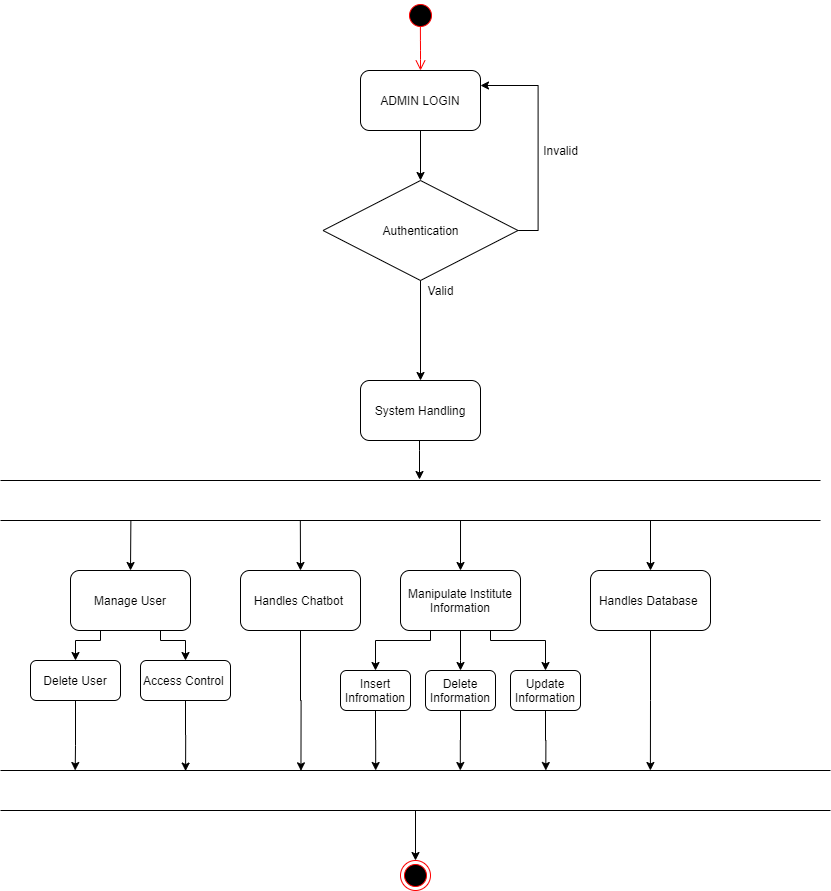
Earlier version of the draw.io export Material/activity_diagram-Page-1.png (BrijeshJagad/Final-Project). Source tidied: cells renumbered, new cells last; positions are measured from the earlier drawing's top-left corner, leaving out a move shared by most shapes. Its diagram source:
```xml
<mxGraphModel>
  <root>
    <mxCell id="0" />
    <mxCell id="1" parent="0" />
    <mxCell id="2" style="ellipse;html=1;shape=startState;fillColor=#000000;strokeColor=#ff0000;" parent="1" vertex="1">
      <mxGeometry x="405" width="30" height="30" as="geometry" />
    </mxCell>
    <mxCell id="3" style="edgeStyle=orthogonalEdgeStyle;html=1;verticalAlign=bottom;endArrow=open;endSize=8;strokeColor=#ff0000;exitX=0.496;exitY=0.872;exitDx=0;exitDy=0;exitPerimeter=0;entryX=0.5;entryY=0;entryDx=0;entryDy=0;" parent="1" edge="1" source="2" target="6">
      <mxGeometry relative="1" as="geometry" />
    </mxCell>
    <mxCell id="4" style="ellipse;html=1;shape=endState;fillColor=#000000;strokeColor=#ff0000;" parent="1" vertex="1">
      <mxGeometry x="400" y="860" width="30" height="30" as="geometry" />
    </mxCell>
    <mxCell id="5" style="edgeStyle=orthogonalEdgeStyle;rounded=0;jettySize=auto;html=1;entryX=0.5;entryY=0;entryDx=0;entryDy=0;" parent="1" edge="1" source="6" target="8">
      <mxGeometry relative="1" as="geometry" />
    </mxCell>
    <mxCell id="6" value="ADMIN LOGIN" style="rounded=1;whiteSpace=wrap;html=1;" parent="1" vertex="1">
      <mxGeometry x="360" y="70" width="120" height="60" as="geometry" />
    </mxCell>
    <mxCell id="7" style="edgeStyle=orthogonalEdgeStyle;rounded=0;jettySize=auto;html=1;entryX=1;entryY=0.25;entryDx=0;entryDy=0;exitX=1;exitY=0.5;exitDx=0;exitDy=0;" parent="1" edge="1" source="8" target="6">
      <mxGeometry relative="1" as="geometry" />
    </mxCell>
    <mxCell id="8" value="Authentication" style="rhombus;whiteSpace=wrap;html=1;" parent="1" vertex="1">
      <mxGeometry x="322.5" y="180" width="195" height="100" as="geometry" />
    </mxCell>
    <mxCell id="9" value="Invalid" style="text;html=1;align=center;verticalAlign=middle;" parent="1" vertex="1">
      <mxGeometry x="535" y="140" width="50" height="20" as="geometry" />
    </mxCell>
    <mxCell id="10" style="endArrow=classic;html=1;exitX=0.5;exitY=1;exitDx=0;exitDy=0;" parent="1" edge="1" source="8">
      <mxGeometry relative="1" as="geometry">
        <mxPoint x="420" y="380" as="targetPoint" />
      </mxGeometry>
    </mxCell>
    <mxCell id="11" style="edgeStyle=orthogonalEdgeStyle;rounded=0;jettySize=auto;html=1;exitX=0.75;exitY=1;exitDx=0;exitDy=0;entryX=0.5;entryY=0;entryDx=0;entryDy=0;" parent="1" edge="1" source="13" target="35">
      <mxGeometry relative="1" as="geometry">
        <Array as="points">
          <mxPoint x="160" y="640" />
          <mxPoint x="185" y="640" />
        </Array>
      </mxGeometry>
    </mxCell>
    <mxCell id="12" style="edgeStyle=orthogonalEdgeStyle;rounded=0;jettySize=auto;html=1;entryX=0.5;entryY=0;entryDx=0;entryDy=0;exitX=0.25;exitY=1;exitDx=0;exitDy=0;" parent="1" edge="1" source="13" target="33">
      <mxGeometry relative="1" as="geometry">
        <Array as="points">
          <mxPoint x="100" y="640" />
          <mxPoint x="75" y="640" />
        </Array>
      </mxGeometry>
    </mxCell>
    <mxCell id="13" value="Manage User" style="rounded=1;whiteSpace=wrap;html=1;" parent="1" vertex="1">
      <mxGeometry x="70" y="570" width="120" height="60" as="geometry" />
    </mxCell>
    <mxCell id="14" style="edgeStyle=orthogonalEdgeStyle;rounded=0;jettySize=auto;html=1;entryX=0.362;entryY=0.008;entryDx=0;entryDy=0;entryPerimeter=0;" parent="1" edge="1" source="15" target="39">
      <mxGeometry relative="1" as="geometry" />
    </mxCell>
    <mxCell id="15" value="Handles Chatbot&amp;nbsp;" style="rounded=1;whiteSpace=wrap;html=1;" parent="1" vertex="1">
      <mxGeometry x="240" y="570" width="120" height="60" as="geometry" />
    </mxCell>
    <mxCell id="16" style="edgeStyle=orthogonalEdgeStyle;rounded=0;jettySize=auto;html=1;entryX=0.5;entryY=0;entryDx=0;entryDy=0;exitX=0.25;exitY=1;exitDx=0;exitDy=0;" parent="1" edge="1" source="19" target="30">
      <mxGeometry relative="1" as="geometry">
        <Array as="points">
          <mxPoint x="430" y="640" />
          <mxPoint x="375" y="640" />
        </Array>
      </mxGeometry>
    </mxCell>
    <mxCell id="17" style="edgeStyle=orthogonalEdgeStyle;rounded=0;jettySize=auto;html=1;" parent="1" edge="1" source="19" target="31">
      <mxGeometry relative="1" as="geometry">
        <Array as="points">
          <mxPoint x="460" y="660" />
          <mxPoint x="460" y="660" />
        </Array>
      </mxGeometry>
    </mxCell>
    <mxCell id="18" style="edgeStyle=orthogonalEdgeStyle;rounded=0;jettySize=auto;html=1;entryX=0.5;entryY=0;entryDx=0;entryDy=0;exitX=0.75;exitY=1;exitDx=0;exitDy=0;" parent="1" edge="1" source="19" target="32">
      <mxGeometry relative="1" as="geometry">
        <Array as="points">
          <mxPoint x="490" y="640" />
          <mxPoint x="545" y="640" />
        </Array>
      </mxGeometry>
    </mxCell>
    <mxCell id="19" value="Manipulate Institute Information" style="rounded=1;whiteSpace=wrap;html=1;" parent="1" vertex="1">
      <mxGeometry x="400" y="570" width="120" height="60" as="geometry" />
    </mxCell>
    <mxCell id="20" style="edgeStyle=orthogonalEdgeStyle;rounded=0;jettySize=auto;html=1;" parent="1" edge="1" source="21">
      <mxGeometry relative="1" as="geometry">
        <mxPoint x="419" y="479" as="targetPoint" />
        <Array as="points">
          <mxPoint x="419" y="450" />
          <mxPoint x="419" y="450" />
        </Array>
      </mxGeometry>
    </mxCell>
    <mxCell id="21" value="System Handling" style="rounded=1;whiteSpace=wrap;html=1;" parent="1" vertex="1">
      <mxGeometry x="360" y="380" width="120" height="60" as="geometry" />
    </mxCell>
    <mxCell id="22" value="Valid" style="text;html=1;align=center;verticalAlign=middle;" parent="1" vertex="1">
      <mxGeometry x="420" y="280" width="40" height="20" as="geometry" />
    </mxCell>
    <mxCell id="23" style="shape=partialRectangle;whiteSpace=wrap;html=1;left=0;right=0;fillColor=none;" parent="1" vertex="1">
      <mxGeometry y="480" width="820" height="40" as="geometry" />
    </mxCell>
    <mxCell id="24" style="edgeStyle=orthogonalEdgeStyle;rounded=0;jettySize=auto;html=1;entryX=0.783;entryY=0;entryDx=0;entryDy=0;entryPerimeter=0;exitX=0.5;exitY=1;exitDx=0;exitDy=0;" parent="1" edge="1" source="25" target="39">
      <mxGeometry relative="1" as="geometry" />
    </mxCell>
    <mxCell id="25" value="Handles Database&amp;nbsp;" style="rounded=1;whiteSpace=wrap;html=1;" parent="1" vertex="1">
      <mxGeometry x="590" y="570" width="120" height="60" as="geometry" />
    </mxCell>
    <mxCell id="26" style="endArrow=classic;html=1;exitX=0.159;exitY=0.993;exitDx=0;exitDy=0;exitPerimeter=0;entryX=0.5;entryY=0;entryDx=0;entryDy=0;" parent="1" edge="1" source="23" target="13">
      <mxGeometry relative="1" as="geometry" />
    </mxCell>
    <mxCell id="27" style="endArrow=classic;html=1;exitX=0.079;exitY=1.033;exitDx=0;exitDy=0;exitPerimeter=0;entryX=0.5;entryY=0;entryDx=0;entryDy=0;" parent="1" edge="1" target="15">
      <mxGeometry relative="1" as="geometry">
        <mxPoint x="299.8" y="520" as="sourcePoint" />
      </mxGeometry>
    </mxCell>
    <mxCell id="28" style="endArrow=classic;html=1;exitX=0.561;exitY=1.004;exitDx=0;exitDy=0;exitPerimeter=0;" parent="1" edge="1" source="23">
      <mxGeometry relative="1" as="geometry">
        <mxPoint x="460" y="570" as="targetPoint" />
      </mxGeometry>
    </mxCell>
    <mxCell id="29" style="endArrow=classic;html=1;entryX=0.5;entryY=0;entryDx=0;entryDy=0;" parent="1" edge="1" target="25">
      <mxGeometry relative="1" as="geometry">
        <mxPoint x="650" y="520" as="sourcePoint" />
      </mxGeometry>
    </mxCell>
    <mxCell id="30" value="Insert&lt;br&gt;Infromation" style="rounded=1;whiteSpace=wrap;html=1;" parent="1" vertex="1">
      <mxGeometry x="340" y="670" width="70" height="40" as="geometry" />
    </mxCell>
    <mxCell id="31" value="Delete Information" style="rounded=1;whiteSpace=wrap;html=1;" parent="1" vertex="1">
      <mxGeometry x="425" y="670" width="70" height="40" as="geometry" />
    </mxCell>
    <mxCell id="32" value="Update Information" style="rounded=1;whiteSpace=wrap;html=1;" parent="1" vertex="1">
      <mxGeometry x="510" y="670" width="70" height="40" as="geometry" />
    </mxCell>
    <mxCell id="33" value="Delete User" style="rounded=1;whiteSpace=wrap;html=1;" parent="1" vertex="1">
      <mxGeometry x="30" y="660" width="90" height="40" as="geometry" />
    </mxCell>
    <mxCell id="34" style="edgeStyle=orthogonalEdgeStyle;rounded=0;jettySize=auto;html=1;exitX=0.5;exitY=1;exitDx=0;exitDy=0;entryX=0.223;entryY=0.015;entryDx=0;entryDy=0;entryPerimeter=0;" parent="1" edge="1" source="35" target="39">
      <mxGeometry relative="1" as="geometry" />
    </mxCell>
    <mxCell id="35" value="Access Control&amp;nbsp;" style="rounded=1;whiteSpace=wrap;html=1;" parent="1" vertex="1">
      <mxGeometry x="140" y="660" width="90" height="40" as="geometry" />
    </mxCell>
    <mxCell id="36" style="edgeStyle=orthogonalEdgeStyle;rounded=0;jettySize=auto;html=1;exitX=0.5;exitY=1;exitDx=0;exitDy=0;entryX=0.452;entryY=0;entryDx=0;entryDy=0;entryPerimeter=0;" parent="1" edge="1" source="30" target="39">
      <mxGeometry relative="1" as="geometry" />
    </mxCell>
    <mxCell id="37" style="edgeStyle=orthogonalEdgeStyle;rounded=0;jettySize=auto;html=1;exitX=0.5;exitY=1;exitDx=0;exitDy=0;entryX=0.554;entryY=0;entryDx=0;entryDy=0;entryPerimeter=0;" parent="1" edge="1" source="31" target="39">
      <mxGeometry relative="1" as="geometry" />
    </mxCell>
    <mxCell id="38" style="edgeStyle=orthogonalEdgeStyle;rounded=0;jettySize=auto;html=1;entryX=0.5;entryY=0;entryDx=0;entryDy=0;" parent="1" edge="1" source="39" target="4">
      <mxGeometry relative="1" as="geometry" />
    </mxCell>
    <mxCell id="39" style="shape=partialRectangle;whiteSpace=wrap;html=1;left=0;right=0;fillColor=none;" parent="1" vertex="1">
      <mxGeometry y="770" width="830" height="40" as="geometry" />
    </mxCell>
    <mxCell id="40" style="edgeStyle=orthogonalEdgeStyle;rounded=0;jettySize=auto;html=1;exitX=0.5;exitY=1;exitDx=0;exitDy=0;entryX=0.09;entryY=0;entryDx=0;entryDy=0;entryPerimeter=0;" parent="1" edge="1" source="33" target="39">
      <mxGeometry relative="1" as="geometry">
        <Array as="points">
          <mxPoint x="75" y="745" />
          <mxPoint x="75" y="745" />
        </Array>
      </mxGeometry>
    </mxCell>
    <mxCell id="41" style="edgeStyle=orthogonalEdgeStyle;rounded=0;jettySize=auto;html=1;exitX=0.5;exitY=1;exitDx=0;exitDy=0;entryX=0.657;entryY=0;entryDx=0;entryDy=0;entryPerimeter=0;" parent="1" edge="1" source="32" target="39">
      <mxGeometry relative="1" as="geometry" />
    </mxCell>
  </root>
</mxGraphModel>
```
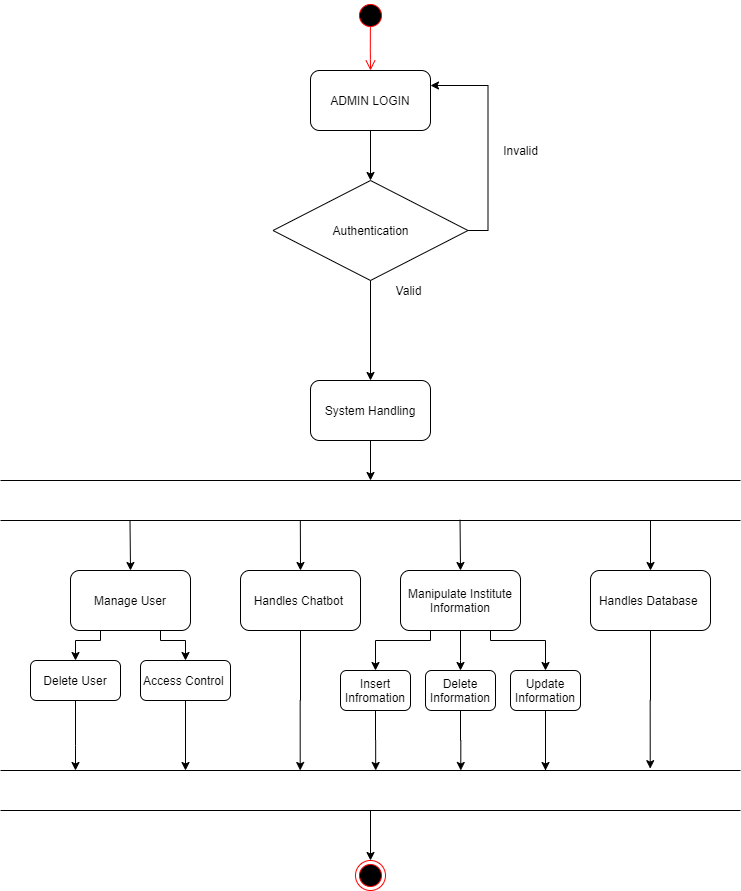
Later version of the same file.

The edit, as a diff of the source:
```diff
@@ -3,33 +3,31 @@
     <mxCell id="0" />
     <mxCell id="1" parent="0" />
     <mxCell id="2" style="ellipse;html=1;shape=startState;fillColor=#000000;strokeColor=#ff0000;" parent="1" vertex="1">
-      <mxGeometry x="405" width="30" height="30" as="geometry" />
+      <mxGeometry x="355" width="30" height="30" as="geometry" />
     </mxCell>
     <mxCell id="3" style="edgeStyle=orthogonalEdgeStyle;html=1;verticalAlign=bottom;endArrow=open;endSize=8;strokeColor=#ff0000;exitX=0.496;exitY=0.872;exitDx=0;exitDy=0;exitPerimeter=0;entryX=0.5;entryY=0;entryDx=0;entryDy=0;" parent="1" edge="1" source="2" target="6">
       <mxGeometry relative="1" as="geometry" />
     </mxCell>
     <mxCell id="4" style="ellipse;html=1;shape=endState;fillColor=#000000;strokeColor=#ff0000;" parent="1" vertex="1">
-      <mxGeometry x="400" y="860" width="30" height="30" as="geometry" />
+      <mxGeometry x="355" y="860" width="30" height="30" as="geometry" />
     </mxCell>
     <mxCell id="5" style="edgeStyle=orthogonalEdgeStyle;rounded=0;jettySize=auto;html=1;entryX=0.5;entryY=0;entryDx=0;entryDy=0;" parent="1" edge="1" source="6" target="8">
       <mxGeometry relative="1" as="geometry" />
     </mxCell>
     <mxCell id="6" value="ADMIN LOGIN" style="rounded=1;whiteSpace=wrap;html=1;" parent="1" vertex="1">
-      <mxGeometry x="360" y="70" width="120" height="60" as="geometry" />
+      <mxGeometry x="310" y="70" width="120" height="60" as="geometry" />
     </mxCell>
     <mxCell id="7" style="edgeStyle=orthogonalEdgeStyle;rounded=0;jettySize=auto;html=1;entryX=1;entryY=0.25;entryDx=0;entryDy=0;exitX=1;exitY=0.5;exitDx=0;exitDy=0;" parent="1" edge="1" source="8" target="6">
       <mxGeometry relative="1" as="geometry" />
     </mxCell>
     <mxCell id="8" value="Authentication" style="rhombus;whiteSpace=wrap;html=1;" parent="1" vertex="1">
-      <mxGeometry x="322.5" y="180" width="195" height="100" as="geometry" />
+      <mxGeometry x="272.5" y="180" width="195" height="100" as="geometry" />
     </mxCell>
     <mxCell id="9" value="Invalid" style="text;html=1;align=center;verticalAlign=middle;" parent="1" vertex="1">
-      <mxGeometry x="535" y="140" width="50" height="20" as="geometry" />
+      <mxGeometry x="495" y="140" width="50" height="20" as="geometry" />
     </mxCell>
-    <mxCell id="10" style="endArrow=classic;html=1;exitX=0.5;exitY=1;exitDx=0;exitDy=0;" parent="1" edge="1" source="8">
-      <mxGeometry relative="1" as="geometry">
-        <mxPoint x="420" y="380" as="targetPoint" />
-      </mxGeometry>
+    <mxCell id="10" style="endArrow=classic;html=1;exitX=0.5;exitY=1;exitDx=0;exitDy=0;entryX=0.5;entryY=0;entryDx=0;entryDy=0;" parent="1" edge="1" source="8" target="21">
+      <mxGeometry relative="1" as="geometry" />
     </mxCell>
     <mxCell id="11" style="edgeStyle=orthogonalEdgeStyle;rounded=0;jettySize=auto;html=1;exitX=0.75;exitY=1;exitDx=0;exitDy=0;entryX=0.5;entryY=0;entryDx=0;entryDy=0;" parent="1" edge="1" source="13" target="35">
       <mxGeometry relative="1" as="geometry">
@@ -50,7 +48,7 @@
     <mxCell id="13" value="Manage User" style="rounded=1;whiteSpace=wrap;html=1;" parent="1" vertex="1">
       <mxGeometry x="70" y="570" width="120" height="60" as="geometry" />
     </mxCell>
-    <mxCell id="14" style="edgeStyle=orthogonalEdgeStyle;rounded=0;jettySize=auto;html=1;entryX=0.362;entryY=0.008;entryDx=0;entryDy=0;entryPerimeter=0;" parent="1" edge="1" source="15" target="39">
+    <mxCell id="14" style="edgeStyle=orthogonalEdgeStyle;rounded=0;jettySize=auto;html=1;entryX=0.405;entryY=0;entryDx=0;entryDy=0;entryPerimeter=0;" parent="1" edge="1" source="15" target="39">
       <mxGeometry relative="1" as="geometry" />
     </mxCell>
     <mxCell id="15" value="Handles Chatbot&amp;nbsp;" style="rounded=1;whiteSpace=wrap;html=1;" parent="1" vertex="1">
@@ -83,31 +81,29 @@
     <mxCell id="19" value="Manipulate Institute Information" style="rounded=1;whiteSpace=wrap;html=1;" parent="1" vertex="1">
       <mxGeometry x="400" y="570" width="120" height="60" as="geometry" />
     </mxCell>
-    <mxCell id="20" style="edgeStyle=orthogonalEdgeStyle;rounded=0;jettySize=auto;html=1;" parent="1" edge="1" source="21">
+    <mxCell id="20" style="edgeStyle=orthogonalEdgeStyle;rounded=0;jettySize=auto;html=1;entryX=0.5;entryY=0;entryDx=0;entryDy=0;exitX=0.5;exitY=1;exitDx=0;exitDy=0;" parent="1" edge="1" source="21" target="23">
       <mxGeometry relative="1" as="geometry">
-        <mxPoint x="419" y="479" as="targetPoint" />
         <Array as="points">
-          <mxPoint x="419" y="450" />
-          <mxPoint x="419" y="450" />
+          <mxPoint x="370" y="440" />
         </Array>
       </mxGeometry>
     </mxCell>
     <mxCell id="21" value="System Handling" style="rounded=1;whiteSpace=wrap;html=1;" parent="1" vertex="1">
-      <mxGeometry x="360" y="380" width="120" height="60" as="geometry" />
+      <mxGeometry x="310" y="380" width="120" height="60" as="geometry" />
     </mxCell>
     <mxCell id="22" value="Valid" style="text;html=1;align=center;verticalAlign=middle;" parent="1" vertex="1">
-      <mxGeometry x="420" y="280" width="40" height="20" as="geometry" />
+      <mxGeometry x="388" y="280" width="40" height="20" as="geometry" />
     </mxCell>
     <mxCell id="23" style="shape=partialRectangle;whiteSpace=wrap;html=1;left=0;right=0;fillColor=none;" parent="1" vertex="1">
-      <mxGeometry y="480" width="820" height="40" as="geometry" />
+      <mxGeometry y="480" width="740" height="40" as="geometry" />
     </mxCell>
-    <mxCell id="24" style="edgeStyle=orthogonalEdgeStyle;rounded=0;jettySize=auto;html=1;entryX=0.783;entryY=0;entryDx=0;entryDy=0;entryPerimeter=0;exitX=0.5;exitY=1;exitDx=0;exitDy=0;" parent="1" edge="1" source="25" target="39">
+    <mxCell id="24" style="edgeStyle=orthogonalEdgeStyle;rounded=0;jettySize=auto;html=1;entryX=0.878;entryY=-0.046;entryDx=0;entryDy=0;entryPerimeter=0;exitX=0.5;exitY=1;exitDx=0;exitDy=0;" parent="1" edge="1" source="25" target="39">
       <mxGeometry relative="1" as="geometry" />
     </mxCell>
     <mxCell id="25" value="Handles Database&amp;nbsp;" style="rounded=1;whiteSpace=wrap;html=1;" parent="1" vertex="1">
       <mxGeometry x="590" y="570" width="120" height="60" as="geometry" />
     </mxCell>
-    <mxCell id="26" style="endArrow=classic;html=1;exitX=0.159;exitY=0.993;exitDx=0;exitDy=0;exitPerimeter=0;entryX=0.5;entryY=0;entryDx=0;entryDy=0;" parent="1" edge="1" source="23" target="13">
+    <mxCell id="26" style="endArrow=classic;html=1;exitX=0.175;exitY=1.009;exitDx=0;exitDy=0;exitPerimeter=0;entryX=0.5;entryY=0;entryDx=0;entryDy=0;" parent="1" edge="1" source="23" target="13">
       <mxGeometry relative="1" as="geometry" />
     </mxCell>
     <mxCell id="27" style="endArrow=classic;html=1;exitX=0.079;exitY=1.033;exitDx=0;exitDy=0;exitPerimeter=0;entryX=0.5;entryY=0;entryDx=0;entryDy=0;" parent="1" edge="1" target="15">
@@ -115,7 +111,7 @@
         <mxPoint x="299.8" y="520" as="sourcePoint" />
       </mxGeometry>
     </mxCell>
-    <mxCell id="28" style="endArrow=classic;html=1;exitX=0.561;exitY=1.004;exitDx=0;exitDy=0;exitPerimeter=0;" parent="1" edge="1" source="23">
+    <mxCell id="28" style="endArrow=classic;html=1;exitX=0.621;exitY=0.983;exitDx=0;exitDy=0;exitPerimeter=0;" parent="1" edge="1" source="23">
       <mxGeometry relative="1" as="geometry">
         <mxPoint x="460" y="570" as="targetPoint" />
       </mxGeometry>
@@ -137,34 +133,40 @@
     <mxCell id="33" value="Delete User" style="rounded=1;whiteSpace=wrap;html=1;" parent="1" vertex="1">
       <mxGeometry x="30" y="660" width="90" height="40" as="geometry" />
     </mxCell>
-    <mxCell id="34" style="edgeStyle=orthogonalEdgeStyle;rounded=0;jettySize=auto;html=1;exitX=0.5;exitY=1;exitDx=0;exitDy=0;entryX=0.223;entryY=0.015;entryDx=0;entryDy=0;entryPerimeter=0;" parent="1" edge="1" source="35" target="39">
+    <mxCell id="34" style="edgeStyle=orthogonalEdgeStyle;rounded=0;jettySize=auto;html=1;exitX=0.5;exitY=1;exitDx=0;exitDy=0;entryX=0.25;entryY=0;entryDx=0;entryDy=0;" parent="1" edge="1" source="35" target="39">
       <mxGeometry relative="1" as="geometry" />
     </mxCell>
     <mxCell id="35" value="Access Control&amp;nbsp;" style="rounded=1;whiteSpace=wrap;html=1;" parent="1" vertex="1">
       <mxGeometry x="140" y="660" width="90" height="40" as="geometry" />
     </mxCell>
-    <mxCell id="36" style="edgeStyle=orthogonalEdgeStyle;rounded=0;jettySize=auto;html=1;exitX=0.5;exitY=1;exitDx=0;exitDy=0;entryX=0.452;entryY=0;entryDx=0;entryDy=0;entryPerimeter=0;" parent="1" edge="1" source="30" target="39">
+    <mxCell id="36" style="edgeStyle=orthogonalEdgeStyle;rounded=0;jettySize=auto;html=1;exitX=0.5;exitY=1;exitDx=0;exitDy=0;entryX=0.507;entryY=0;entryDx=0;entryDy=0;entryPerimeter=0;" parent="1" edge="1" source="30" target="39">
       <mxGeometry relative="1" as="geometry" />
     </mxCell>
-    <mxCell id="37" style="edgeStyle=orthogonalEdgeStyle;rounded=0;jettySize=auto;html=1;exitX=0.5;exitY=1;exitDx=0;exitDy=0;entryX=0.554;entryY=0;entryDx=0;entryDy=0;entryPerimeter=0;" parent="1" edge="1" source="31" target="39">
+    <mxCell id="37" style="edgeStyle=orthogonalEdgeStyle;rounded=0;jettySize=auto;html=1;exitX=0.5;exitY=1;exitDx=0;exitDy=0;entryX=0.622;entryY=0;entryDx=0;entryDy=0;entryPerimeter=0;" parent="1" edge="1" source="31" target="39">
       <mxGeometry relative="1" as="geometry" />
     </mxCell>
     <mxCell id="38" style="edgeStyle=orthogonalEdgeStyle;rounded=0;jettySize=auto;html=1;entryX=0.5;entryY=0;entryDx=0;entryDy=0;" parent="1" edge="1" source="39" target="4">
       <mxGeometry relative="1" as="geometry" />
     </mxCell>
     <mxCell id="39" style="shape=partialRectangle;whiteSpace=wrap;html=1;left=0;right=0;fillColor=none;" parent="1" vertex="1">
-      <mxGeometry y="770" width="830" height="40" as="geometry" />
+      <mxGeometry y="770" width="740" height="40" as="geometry" />
     </mxCell>
-    <mxCell id="40" style="edgeStyle=orthogonalEdgeStyle;rounded=0;jettySize=auto;html=1;exitX=0.5;exitY=1;exitDx=0;exitDy=0;entryX=0.09;entryY=0;entryDx=0;entryDy=0;entryPerimeter=0;" parent="1" edge="1" source="33" target="39">
+    <mxCell id="40" style="edgeStyle=orthogonalEdgeStyle;rounded=0;jettySize=auto;html=1;exitX=0.5;exitY=1;exitDx=0;exitDy=0;" parent="1" edge="1" source="33">
       <mxGeometry relative="1" as="geometry">
+        <mxPoint x="75" y="770" as="targetPoint" />
         <Array as="points">
           <mxPoint x="75" y="745" />
           <mxPoint x="75" y="745" />
         </Array>
       </mxGeometry>
     </mxCell>
-    <mxCell id="41" style="edgeStyle=orthogonalEdgeStyle;rounded=0;jettySize=auto;html=1;exitX=0.5;exitY=1;exitDx=0;exitDy=0;entryX=0.657;entryY=0;entryDx=0;entryDy=0;entryPerimeter=0;" parent="1" edge="1" source="32" target="39">
-      <mxGeometry relative="1" as="geometry" />
+    <mxCell id="41" style="edgeStyle=orthogonalEdgeStyle;rounded=0;jettySize=auto;html=1;exitX=0.5;exitY=1;exitDx=0;exitDy=0;" parent="1" edge="1" source="32">
+      <mxGeometry relative="1" as="geometry">
+        <mxPoint x="545" y="770" as="targetPoint" />
+        <Array as="points">
+          <mxPoint x="545" y="770" />
+        </Array>
+      </mxGeometry>
     </mxCell>
   </root>
 </mxGraphModel>
```
